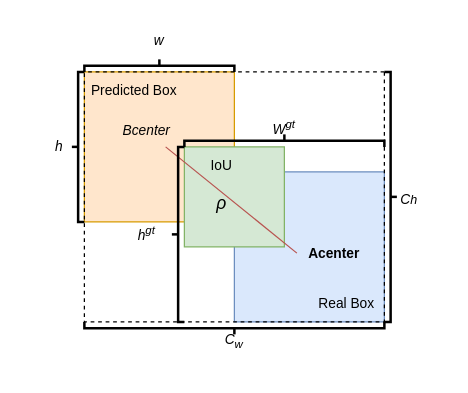
The draw.io diagram CIoU.drawio in lgq622/long, before the edit. Source tidied: cells renumbered, new cells numbered last; positions are measured from the earlier drawing's top-left corner, leaving out a move shared by most shapes. Both pictures are drawn from the tidied source at 125%, with x=0, y=0 at pixel (21, 21).
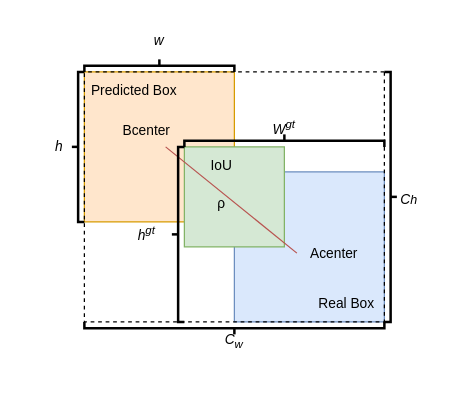
After the change.

Diff of the diagram source:
```diff
@@
-    <mxCell id="12" value="&lt;span style=&quot;font-weight: normal;&quot;&gt;&lt;i&gt;&lt;font style=&quot;font-size: 11px;&quot;&gt;&lt;font style=&quot;&quot;&gt;B&lt;/font&gt;&lt;font style=&quot;&quot;&gt;center&lt;/font&gt;&lt;/font&gt;&lt;/i&gt;&lt;/span&gt;" style="text;html=1;align=center;verticalAlign=middle;whiteSpace=wrap;rounded=0;fontStyle=1;fontSize=16;" parent="1" vertex="1">
+    <mxCell id="12" value="&lt;font style=&quot;font-size: 11px; font-weight: normal;&quot;&gt;&lt;font style=&quot;&quot;&gt;B&lt;/font&gt;&lt;font style=&quot;&quot;&gt;center&lt;/font&gt;&lt;/font&gt;" style="text;html=1;align=center;verticalAlign=middle;whiteSpace=wrap;rounded=0;fontStyle=1;fontSize=16;" parent="1" vertex="1">
       <mxGeometry x="70" y="70" width="60" height="30" as="geometry" />
     </mxCell>
-    <mxCell id="13" value="&lt;font style=&quot;font-size: 11px;&quot;&gt;&lt;b&gt;&lt;font style=&quot;&quot;&gt;A&lt;/font&gt;&lt;font style=&quot;&quot;&gt;center&lt;/font&gt;&lt;/b&gt;&lt;/font&gt;" style="text;html=1;align=center;verticalAlign=middle;whiteSpace=wrap;rounded=0;" parent="1" vertex="1">
+    <mxCell id="13" value="&lt;font style=&quot;font-size: 11px;&quot;&gt;&lt;font style=&quot;&quot;&gt;A&lt;/font&gt;&lt;font style=&quot;&quot;&gt;center&lt;/font&gt;&lt;/font&gt;" style="text;html=1;align=center;verticalAlign=middle;whiteSpace=wrap;rounded=0;" parent="1" vertex="1">
       <mxGeometry x="220" y="170" width="60" height="30" as="geometry" />
     </mxCell>
@@
-    <mxCell id="18" value="&lt;font style=&quot;font-size: 14px;&quot;&gt;&lt;i&gt;ρ&lt;/i&gt;&lt;/font&gt;" style="text;html=1;align=center;verticalAlign=middle;whiteSpace=wrap;rounded=0;" parent="1" vertex="1">
+    <mxCell id="18" value="&lt;font style=&quot;font-size: 11px;&quot;&gt;ρ&lt;/font&gt;" style="text;html=1;align=center;verticalAlign=middle;whiteSpace=wrap;rounded=0;" parent="1" vertex="1">
       <mxGeometry x="130" y="130" width="60" height="30" as="geometry" />
     </mxCell>
```
